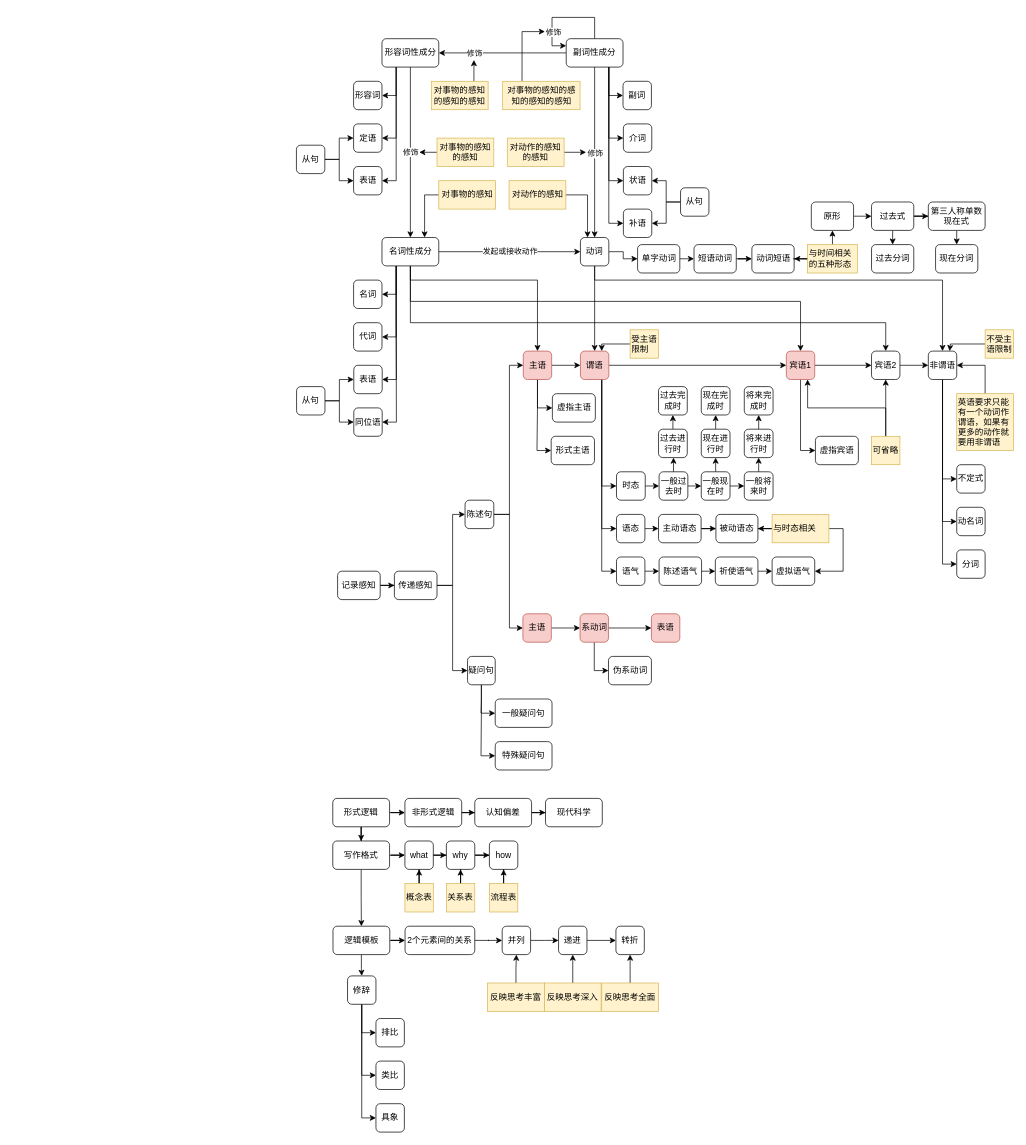
Before: 语言文字.drawio in yanhanfrontend/draw.io.workspace, a draw.io diagram. Source tidied: cells renumbered, new cells numbered last; positions are measured from the earlier drawing's top-left corner, leaving out a move shared by most shapes. Both pictures are drawn from the tidied source at 71%, with x=0, y=0 at pixel (296, 17).
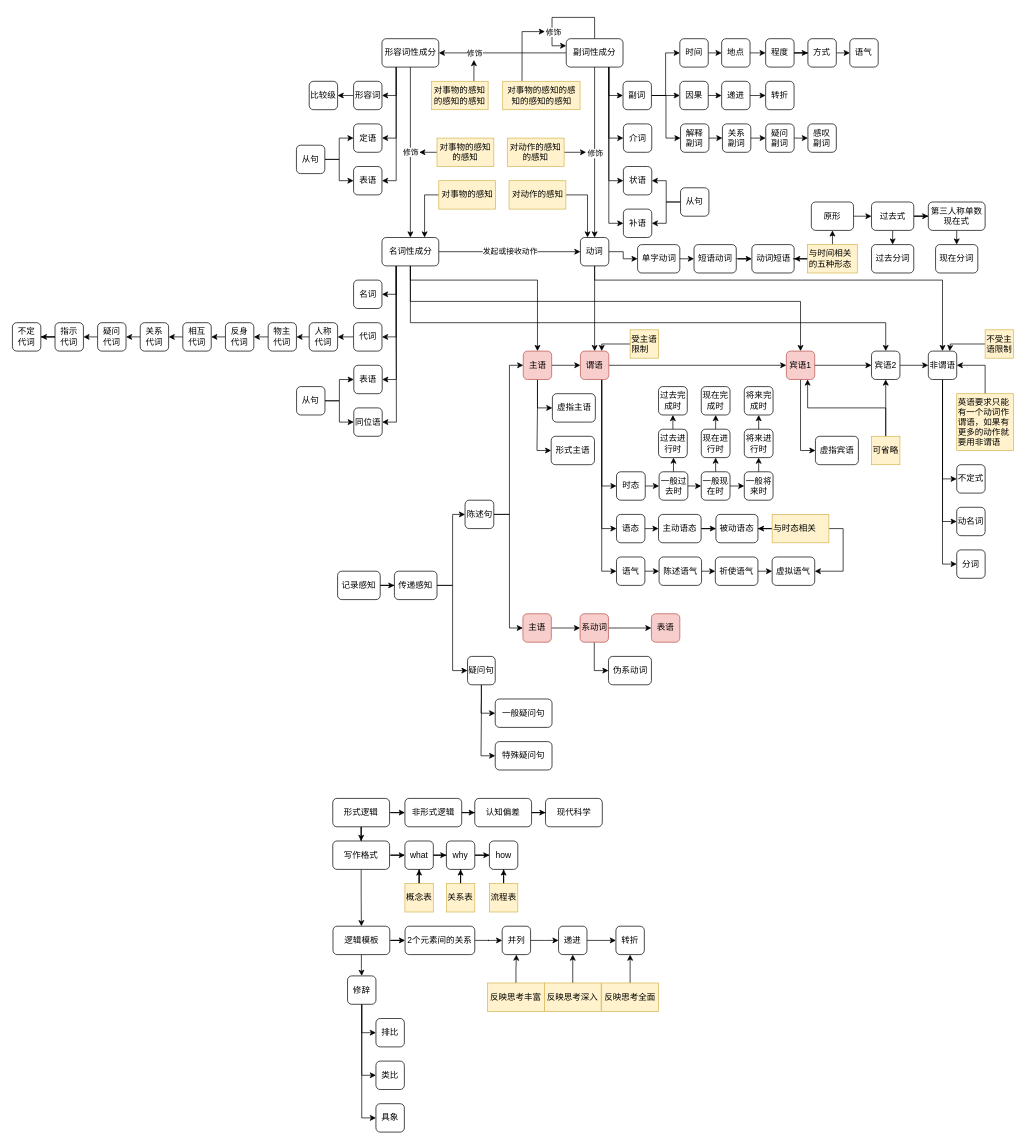
Above is the later version.

Commit message:
更新语言文字.drawio

The change refers to these unchanged cells:
```xml
<mxCell id="94" value="代词" style="rounded=1;whiteSpace=wrap;html=1;" parent="1" vertex="1">
  <mxGeometry x="80.5" y="430" width="40" height="40" as="geometry" />
</mxCell>
<mxCell id="95" value="形容词" style="rounded=1;whiteSpace=wrap;html=1;" parent="1" vertex="1">
  <mxGeometry x="80.5" y="90" width="40" height="40" as="geometry" />
</mxCell>
<mxCell id="102" value="副词" style="rounded=1;whiteSpace=wrap;html=1;" parent="1" vertex="1">
  <mxGeometry x="460" y="90" width="40" height="40" as="geometry" />
</mxCell>
```

Change to the diagram source:
```diff
@@
+    <mxCell id="212" style="edgeStyle=orthogonalEdgeStyle;rounded=0;jettySize=auto;html=1;exitX=0;exitY=0.5;exitDx=0;exitDy=0;entryX=1;entryY=0.5;entryDx=0;entryDy=0;" parent="1" edge="1" source="94" target="218">
+      <mxGeometry relative="1" as="geometry" />
+    </mxCell>
@@
+    <mxCell id="213" style="edgeStyle=orthogonalEdgeStyle;rounded=0;jettySize=auto;html=1;exitX=0;exitY=0.5;exitDx=0;exitDy=0;entryX=1;entryY=0.5;entryDx=0;entryDy=0;" parent="1" edge="1" source="95" target="232">
+      <mxGeometry relative="1" as="geometry" />
+    </mxCell>
@@
+    <mxCell id="214" style="edgeStyle=orthogonalEdgeStyle;rounded=0;jettySize=auto;html=1;exitX=1;exitY=0.5;exitDx=0;exitDy=0;entryX=0;entryY=0.5;entryDx=0;entryDy=0;" parent="1" edge="1" source="102" target="234">
+      <mxGeometry relative="1" as="geometry" />
+    </mxCell>
+    <mxCell id="215" style="edgeStyle=orthogonalEdgeStyle;rounded=0;jettySize=auto;html=1;exitX=1;exitY=0.5;exitDx=0;exitDy=0;entryX=0;entryY=0.5;entryDx=0;entryDy=0;" parent="1" edge="1" source="102" target="243">
+      <mxGeometry relative="1" as="geometry" />
+    </mxCell>
+    <mxCell id="216" style="edgeStyle=orthogonalEdgeStyle;rounded=0;jettySize=auto;html=1;exitX=1;exitY=0.5;exitDx=0;exitDy=0;entryX=0;entryY=0.5;entryDx=0;entryDy=0;" parent="1" edge="1" source="102" target="248">
+      <mxGeometry relative="1" as="geometry" />
+    </mxCell>
@@
+    <mxCell id="217" style="edgeStyle=orthogonalEdgeStyle;rounded=0;jettySize=auto;html=1;exitX=0;exitY=0.5;exitDx=0;exitDy=0;entryX=1;entryY=0.5;entryDx=0;entryDy=0;" parent="1" edge="1" source="218" target="220">
+      <mxGeometry relative="1" as="geometry" />
+    </mxCell>
+    <mxCell id="218" value="人称&lt;div&gt;代词&lt;/div&gt;" style="rounded=1;whiteSpace=wrap;html=1;" parent="1" vertex="1">
+      <mxGeometry x="18" y="430" width="40" height="40" as="geometry" />
+    </mxCell>
+    <mxCell id="219" style="edgeStyle=orthogonalEdgeStyle;rounded=0;jettySize=auto;html=1;exitX=0;exitY=0.5;exitDx=0;exitDy=0;entryX=1;entryY=0.5;entryDx=0;entryDy=0;" parent="1" edge="1" source="220" target="222">
+      <mxGeometry relative="1" as="geometry" />
+    </mxCell>
+    <mxCell id="220" value="&lt;span style=&quot;background-color: transparent; color: light-dark(rgb(0, 0, 0), rgb(255, 255, 255));&quot;&gt;物主&lt;/span&gt;&lt;div&gt;&lt;span style=&quot;background-color: transparent; color: light-dark(rgb(0, 0, 0), rgb(255, 255, 255));&quot;&gt;代词&lt;/span&gt;&lt;/div&gt;" style="rounded=1;whiteSpace=wrap;html=1;" parent="1" vertex="1">
+      <mxGeometry x="-39.8" y="430" width="39.8" height="40" as="geometry" />
+    </mxCell>
+    <mxCell id="221" style="edgeStyle=orthogonalEdgeStyle;rounded=0;jettySize=auto;html=1;exitX=0;exitY=0.5;exitDx=0;exitDy=0;entryX=1;entryY=0.5;entryDx=0;entryDy=0;" parent="1" edge="1" source="222" target="224">
+      <mxGeometry relative="1" as="geometry" />
+    </mxCell>
+    <mxCell id="222" value="反身&lt;br&gt;&lt;div&gt;代词&lt;/div&gt;" style="rounded=1;whiteSpace=wrap;html=1;" parent="1" vertex="1">
+      <mxGeometry x="-100" y="430" width="40" height="40" as="geometry" />
+    </mxCell>
+    <mxCell id="223" style="edgeStyle=orthogonalEdgeStyle;rounded=0;jettySize=auto;html=1;exitX=0;exitY=0.5;exitDx=0;exitDy=0;entryX=1;entryY=0.5;entryDx=0;entryDy=0;" parent="1" edge="1" source="224" target="226">
+      <mxGeometry relative="1" as="geometry" />
+    </mxCell>
+    <mxCell id="224" value="相互&lt;br&gt;&lt;div&gt;代词&lt;/div&gt;" style="rounded=1;whiteSpace=wrap;html=1;" parent="1" vertex="1">
+      <mxGeometry x="-160" y="430" width="40" height="40" as="geometry" />
+    </mxCell>
+    <mxCell id="225" style="edgeStyle=orthogonalEdgeStyle;rounded=0;jettySize=auto;html=1;exitX=0;exitY=0.5;exitDx=0;exitDy=0;entryX=1;entryY=0.5;entryDx=0;entryDy=0;" parent="1" edge="1" source="226" target="228">
+      <mxGeometry relative="1" as="geometry" />
+    </mxCell>
+    <mxCell id="226" value="关系&lt;br&gt;&lt;div&gt;代词&lt;/div&gt;" style="rounded=1;whiteSpace=wrap;html=1;" parent="1" vertex="1">
+      <mxGeometry x="-220" y="430" width="40" height="40" as="geometry" />
+    </mxCell>
+    <mxCell id="227" style="edgeStyle=orthogonalEdgeStyle;rounded=0;jettySize=auto;html=1;exitX=0;exitY=0.5;exitDx=0;exitDy=0;entryX=1;entryY=0.5;entryDx=0;entryDy=0;" parent="1" edge="1" source="228" target="230">
+      <mxGeometry relative="1" as="geometry" />
+    </mxCell>
+    <mxCell id="228" value="疑问&lt;br&gt;&lt;div&gt;代词&lt;/div&gt;" style="rounded=1;whiteSpace=wrap;html=1;" parent="1" vertex="1">
+      <mxGeometry x="-280" y="430" width="40" height="40" as="geometry" />
+    </mxCell>
+    <mxCell id="229" style="edgeStyle=orthogonalEdgeStyle;rounded=0;jettySize=auto;html=1;exitX=0;exitY=0.5;exitDx=0;exitDy=0;" parent="1" edge="1" source="230" target="231">
+      <mxGeometry relative="1" as="geometry" />
+    </mxCell>
+    <mxCell id="230" value="指示&lt;br&gt;&lt;div&gt;代词&lt;/div&gt;" style="rounded=1;whiteSpace=wrap;html=1;" parent="1" vertex="1">
+      <mxGeometry x="-340" y="430" width="40" height="40" as="geometry" />
+    </mxCell>
+    <mxCell id="231" value="不定&lt;br&gt;&lt;div&gt;代词&lt;/div&gt;" style="rounded=1;whiteSpace=wrap;html=1;" parent="1" vertex="1">
+      <mxGeometry x="-400" y="430" width="40" height="40" as="geometry" />
+    </mxCell>
+    <mxCell id="232" value="比较级" style="rounded=1;whiteSpace=wrap;html=1;" parent="1" vertex="1">
+      <mxGeometry x="18" y="90" width="40" height="40" as="geometry" />
+    </mxCell>
+    <mxCell id="233" style="edgeStyle=orthogonalEdgeStyle;rounded=0;jettySize=auto;html=1;exitX=1;exitY=0.5;exitDx=0;exitDy=0;entryX=0;entryY=0.5;entryDx=0;entryDy=0;" parent="1" edge="1" source="234" target="236">
+      <mxGeometry relative="1" as="geometry" />
+    </mxCell>
+    <mxCell id="234" value="时间" style="rounded=1;whiteSpace=wrap;html=1;" parent="1" vertex="1">
+      <mxGeometry x="540" y="30" width="40" height="40" as="geometry" />
+    </mxCell>
+    <mxCell id="235" style="edgeStyle=orthogonalEdgeStyle;rounded=0;jettySize=auto;html=1;exitX=1;exitY=0.5;exitDx=0;exitDy=0;entryX=0;entryY=0.5;entryDx=0;entryDy=0;" parent="1" edge="1" source="236" target="238">
+      <mxGeometry relative="1" as="geometry" />
+    </mxCell>
+    <mxCell id="236" value="地点" style="rounded=1;whiteSpace=wrap;html=1;" parent="1" vertex="1">
+      <mxGeometry x="598.9" y="30" width="40" height="40" as="geometry" />
+    </mxCell>
+    <mxCell id="237" style="edgeStyle=orthogonalEdgeStyle;rounded=0;jettySize=auto;html=1;exitX=1;exitY=0.5;exitDx=0;exitDy=0;" parent="1" edge="1" source="238" target="240">
+      <mxGeometry relative="1" as="geometry" />
+    </mxCell>
+    <mxCell id="238" value="程度" style="rounded=1;whiteSpace=wrap;html=1;" parent="1" vertex="1">
+      <mxGeometry x="660.9" y="30" width="40" height="40" as="geometry" />
+    </mxCell>
+    <mxCell id="239" style="edgeStyle=orthogonalEdgeStyle;rounded=0;jettySize=auto;html=1;exitX=1;exitY=0.5;exitDx=0;exitDy=0;entryX=0;entryY=0.5;entryDx=0;entryDy=0;" parent="1" edge="1" source="240" target="241">
+      <mxGeometry relative="1" as="geometry" />
+    </mxCell>
+    <mxCell id="240" value="方式" style="rounded=1;whiteSpace=wrap;html=1;" parent="1" vertex="1">
+      <mxGeometry x="720.4" y="30" width="40" height="40" as="geometry" />
+    </mxCell>
+    <mxCell id="241" value="语气" style="rounded=1;whiteSpace=wrap;html=1;" parent="1" vertex="1">
+      <mxGeometry x="779.4" y="30" width="40" height="40" as="geometry" />
+    </mxCell>
+    <mxCell id="242" style="edgeStyle=orthogonalEdgeStyle;rounded=0;jettySize=auto;html=1;exitX=1;exitY=0.5;exitDx=0;exitDy=0;entryX=0;entryY=0.5;entryDx=0;entryDy=0;" parent="1" edge="1" source="243" target="245">
+      <mxGeometry relative="1" as="geometry" />
+    </mxCell>
+    <mxCell id="243" value="因果" style="rounded=1;whiteSpace=wrap;html=1;" parent="1" vertex="1">
+      <mxGeometry x="540" y="90" width="40" height="40" as="geometry" />
+    </mxCell>
+    <mxCell id="244" style="edgeStyle=orthogonalEdgeStyle;rounded=0;jettySize=auto;html=1;exitX=1;exitY=0.5;exitDx=0;exitDy=0;entryX=0;entryY=0.5;entryDx=0;entryDy=0;" parent="1" edge="1" source="245" target="246">
+      <mxGeometry relative="1" as="geometry" />
+    </mxCell>
+    <mxCell id="245" value="递进" style="rounded=1;whiteSpace=wrap;html=1;" parent="1" vertex="1">
+      <mxGeometry x="598.9" y="90" width="40" height="40" as="geometry" />
+    </mxCell>
+    <mxCell id="246" value="转折" style="rounded=1;whiteSpace=wrap;html=1;" parent="1" vertex="1">
+      <mxGeometry x="660.9" y="90" width="40" height="40" as="geometry" />
+    </mxCell>
+    <mxCell id="247" style="edgeStyle=orthogonalEdgeStyle;rounded=0;jettySize=auto;html=1;exitX=1;exitY=0.5;exitDx=0;exitDy=0;entryX=0;entryY=0.5;entryDx=0;entryDy=0;" parent="1" edge="1" source="248" target="250">
+      <mxGeometry relative="1" as="geometry" />
+    </mxCell>
+    <mxCell id="248" value="解释&lt;div&gt;副词&lt;/div&gt;" style="rounded=1;whiteSpace=wrap;html=1;" parent="1" vertex="1">
+      <mxGeometry x="541" y="150" width="40" height="40" as="geometry" />
+    </mxCell>
+    <mxCell id="249" style="edgeStyle=orthogonalEdgeStyle;rounded=0;jettySize=auto;html=1;exitX=1;exitY=0.5;exitDx=0;exitDy=0;entryX=0;entryY=0.5;entryDx=0;entryDy=0;" parent="1" edge="1" source="250" target="252">
+      <mxGeometry relative="1" as="geometry" />
+    </mxCell>
+    <mxCell id="250" value="关系&lt;br&gt;&lt;div&gt;副词&lt;/div&gt;" style="rounded=1;whiteSpace=wrap;html=1;" parent="1" vertex="1">
+      <mxGeometry x="600" y="150" width="40" height="40" as="geometry" />
+    </mxCell>
+    <mxCell id="251" style="edgeStyle=orthogonalEdgeStyle;rounded=0;jettySize=auto;html=1;exitX=1;exitY=0.5;exitDx=0;exitDy=0;entryX=0;entryY=0.5;entryDx=0;entryDy=0;" parent="1" edge="1" source="252" target="253">
+      <mxGeometry relative="1" as="geometry" />
+    </mxCell>
+    <mxCell id="252" value="疑问&lt;br&gt;&lt;div&gt;副词&lt;/div&gt;" style="rounded=1;whiteSpace=wrap;html=1;" parent="1" vertex="1">
+      <mxGeometry x="661" y="150" width="40" height="40" as="geometry" />
+    </mxCell>
+    <mxCell id="253" value="感叹&lt;br&gt;&lt;div&gt;副词&lt;/div&gt;" style="rounded=1;whiteSpace=wrap;html=1;" parent="1" vertex="1">
+      <mxGeometry x="720.4" y="150" width="40" height="40" as="geometry" />
+    </mxCell>
```
